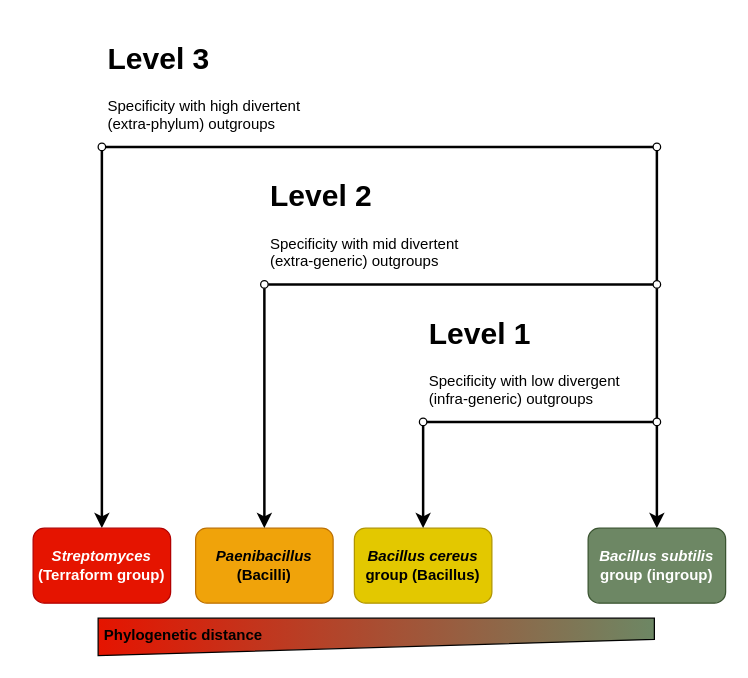
LepistaBioinformatics/classeq keeps this draw.io diagram as page "validation-assays" (2 of 3) of docs/drawio/classeq.drawio. Above is the earlier version. Source tidied: cells renumbered, new cells numbered last; positions are measured from the earlier drawing's top-left corner, leaving out a move shared by most shapes. Both pictures are drawn from the tidied source at 125%, with x=0, y=0 at pixel (32, 34).
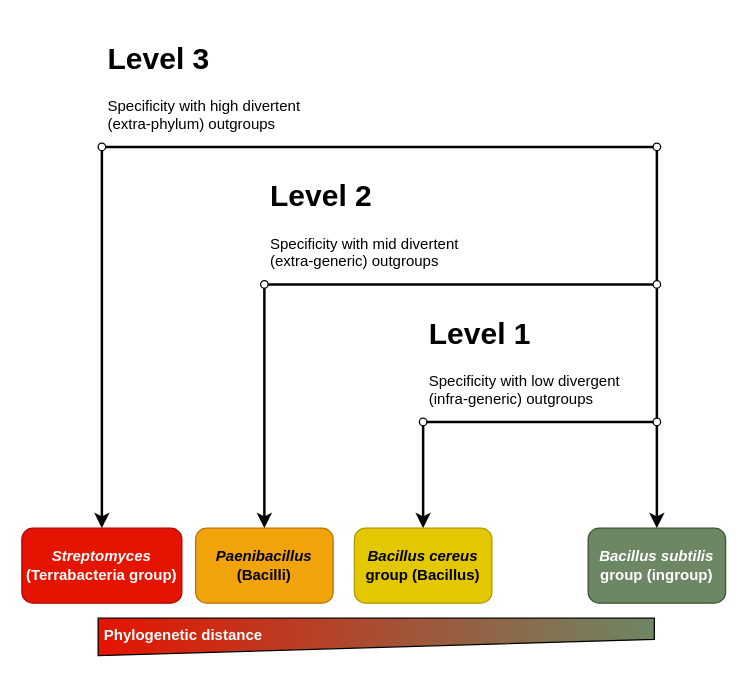
Above is the later version.

What changed in the source:
```diff
@@
-    <mxCell id="11" value="&lt;b&gt;&lt;i&gt;Streptomyces&lt;/i&gt;&lt;br&gt;(Terraform group)&lt;br&gt;&lt;/b&gt;&lt;span style=&quot;&quot;&gt;&lt;/span&gt;" style="rounded=1;whiteSpace=wrap;html=1;fillColor=#e51400;fontColor=#ffffff;strokeColor=#B20000;" parent="1" vertex="1">
-      <mxGeometry y="395" width="110" height="60" as="geometry" />
+    <mxCell id="11" value="&lt;i style=&quot;font-weight: bold;&quot;&gt;Streptomyces&lt;/i&gt;&lt;br&gt;&lt;b&gt;(Terrabacteria&amp;nbsp;group)&lt;/b&gt;&lt;span style=&quot;&quot;&gt;&lt;/span&gt;" style="rounded=1;whiteSpace=wrap;html=1;fillColor=#e51400;fontColor=#ffffff;strokeColor=#B20000;" parent="1" vertex="1">
+      <mxGeometry x="-9" y="395" width="128" height="60" as="geometry" />
     </mxCell>
@@
-    <mxCell id="25" value="&lt;b&gt;Phylogenetic distance&lt;/b&gt;" style="text;html=1;strokeColor=none;fillColor=none;align=left;verticalAlign=middle;whiteSpace=wrap;rounded=0;" parent="1" vertex="1">
+    <mxCell id="25" value="&lt;b&gt;Phylogenetic distance&lt;/b&gt;" style="text;html=1;strokeColor=none;fillColor=none;align=left;verticalAlign=middle;whiteSpace=wrap;rounded=0;fontColor=#FFFFFF;" parent="1" vertex="1">
       <mxGeometry x="55" y="466" width="168" height="30" as="geometry" />
     </mxCell>
```
